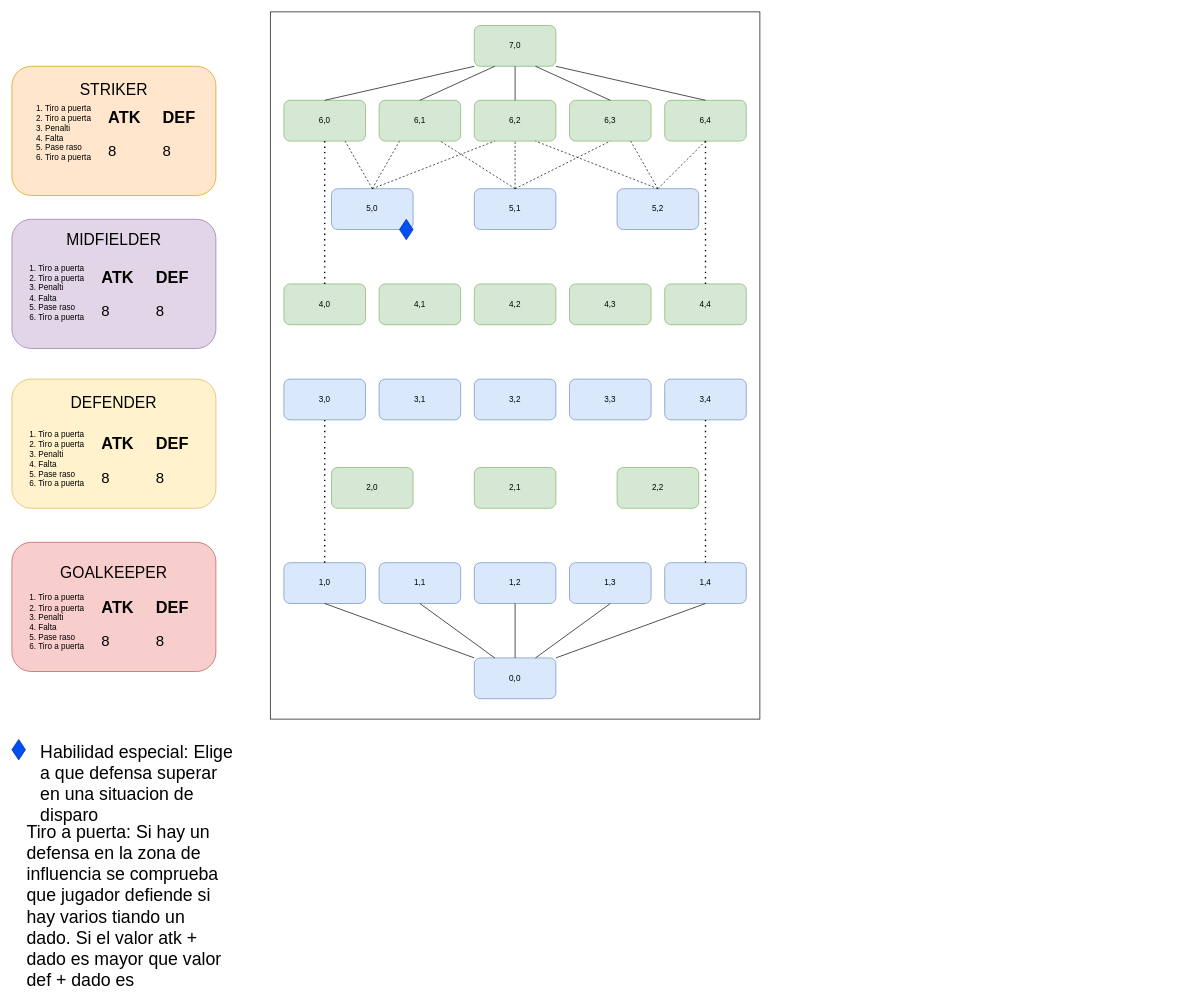
JavierManchon/PORFOLIO-JM keeps this draw.io diagram as ReactFutbol.drawio. Above is the earlier version. Source tidied: cells renumbered, new cells numbered last; positions are measured from the earlier drawing's top-left corner, leaving out a move shared by most shapes. Both pictures are drawn from the tidied source at 68%, with x=0, y=0 at pixel (12, 12).
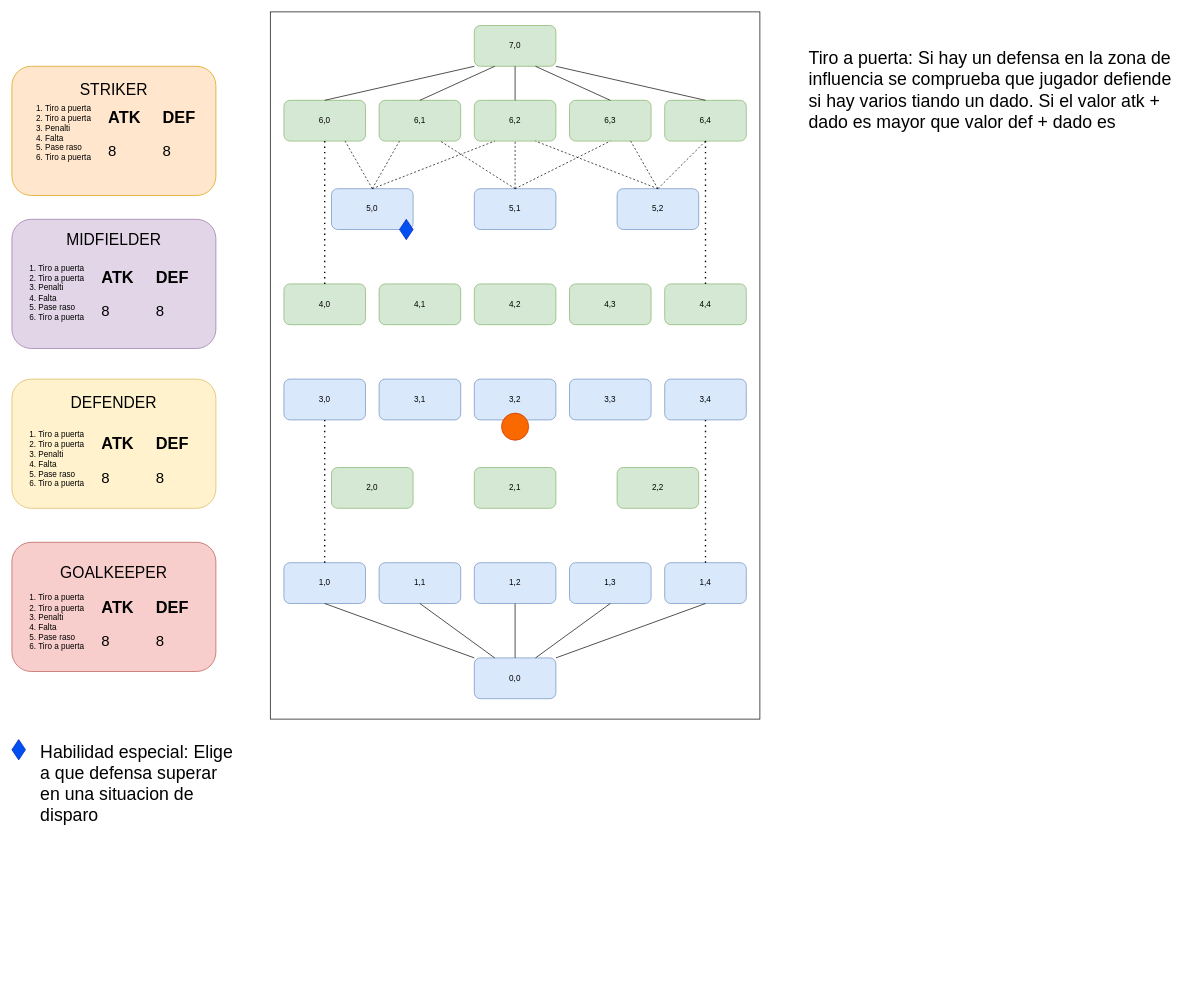
After the change.

The edit, as a diff of the source:
```diff
@@
     <mxCell id="105" value="&lt;span style=&quot;font-size: 26px;&quot;&gt;Tiro a puerta: Si hay un defensa en la zona de influencia se comprueba que jugador defiende si hay varios tiando un dado. Si el valor atk + dado es mayor que valor def + dado es&lt;/span&gt;" style="text;html=1;align=left;verticalAlign=middle;whiteSpace=wrap;rounded=0;" parent="1" vertex="1">
-      <mxGeometry x="20" y="1300" width="290" height="30" as="geometry" />
+      <mxGeometry x="1170" y="100" width="560" height="30" as="geometry" />
     </mxCell>
+    <mxCell id="106" style="ellipse;whiteSpace=wrap;html=1;fillColor=#fa6800;fontColor=#000000;strokeColor=#C73500;" parent="1" vertex="1">
+      <mxGeometry x="720" y="590" width="40" height="40" as="geometry" />
+    </mxCell>
```
